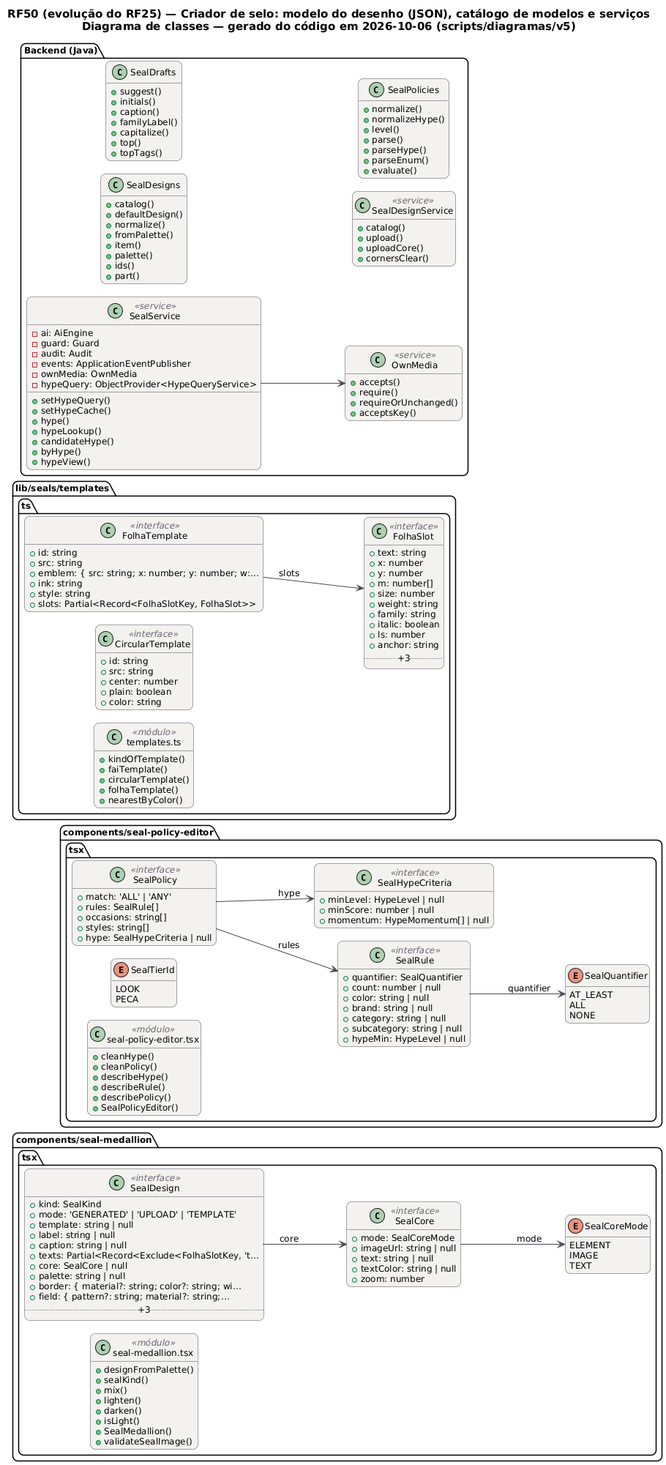
This is docs/diagramas/RF50/criador-de-selos/RF50_Classes.png from MatheusHaliski/tcc-2026-fashion-ai-backend, a PlantUML export, as it was before one commit. Its diagram source:
```plantuml
@startuml RF50_Classes
!pragma layout smetana
skinparam backgroundColor #FFFFFF
skinparam shadowing false
skinparam defaultFontName "DejaVu Sans"
skinparam defaultFontSize 12
skinparam titleFontSize 15
skinparam roundcorner 14
skinparam ArrowColor #52606D
skinparam note {
  BackgroundColor #FFFDEB
  BorderColor #D8CE78
  FontColor #554F24
}
skinparam class {
  BackgroundColor #F4F2EF
  BorderColor #4A4852
  ArrowColor #4A4852
  StereotypeFontColor #6B6470
}
hide empty members
left to right direction
title RF50 (evolução do RF25) — Criador de selo: modelo do desenho (JSON), catálogo de modelos e serviços\nDiagrama de classes — gerado do código em 2026-10-06 (scripts/diagramas/v5)

package "components/seal-medallion.tsx" {
  class SealDesign as "SealDesign" <<interface>> {
    +kind: SealKind
    +mode: 'GENERATED' | 'UPLOAD' | 'TEMPLATE'
    +template: string | null
    +label: string | null
    +caption: string | null
    +texts: Partial<Record<Exclude<FolhaSlotKey, 't…
    +core: SealCore | null
    +palette: string | null
    +border: { material?: string; color?: string; wi…
    +field: { pattern?: string; material?: string;…
    .. +3 ..
  }
  class SealCore as "SealCore" <<interface>> {
    +mode: SealCoreMode
    +imageUrl: string | null
    +text: string | null
    +textColor: string | null
    +zoom: number
  }
  enum SealCoreMode as "SealCoreMode" {
    ELEMENT
    IMAGE
    TEXT
  }
  class mod_seal_medallion_tsx as "seal-medallion.tsx" <<módulo>> {
    +designFromPalette()
    +sealKind()
    +mix()
    +lighten()
    +darken()
    +isLight()
    +SealMedallion()
    +validateSealImage()
  }
}
package "components/seal-policy-editor.tsx" {
  class SealPolicy as "SealPolicy" <<interface>> {
    +match: 'ALL' | 'ANY'
    +rules: SealRule[]
    +occasions: string[]
    +styles: string[]
    +hype: SealHypeCriteria | null
  }
  class SealRule as "SealRule" <<interface>> {
    +quantifier: SealQuantifier
    +count: number | null
    +color: string | null
    +brand: string | null
    +category: string | null
    +subcategory: string | null
    +hypeMin: HypeLevel | null
  }
  class SealHypeCriteria as "SealHypeCriteria" <<interface>> {
    +minLevel: HypeLevel | null
    +minScore: number | null
    +momentum: HypeMomentum[] | null
  }
  enum SealQuantifier as "SealQuantifier" {
    AT_LEAST
    ALL
    NONE
  }
  enum SealTierId as "SealTierId" {
    LOOK
    PECA
  }
  class mod_seal_policy_editor_tsx as "seal-policy-editor.tsx" <<módulo>> {
    +cleanHype()
    +cleanPolicy()
    +describeHype()
    +describeRule()
    +describePolicy()
    +SealPolicyEditor()
  }
}
package "lib/seals/templates.ts" {
  class FolhaSlot as "FolhaSlot" <<interface>> {
    +text: string
    +x: number
    +y: number
    +m: number[]
    +size: number
    +weight: string
    +family: string
    +italic: boolean
    +ls: number
    +anchor: string
    .. +3 ..
  }
  class FolhaTemplate as "FolhaTemplate" <<interface>> {
    +id: string
    +src: string
    +emblem: { src: string; x: number; y: number; w:…
    +ink: string
    +style: string
    +slots: Partial<Record<FolhaSlotKey, FolhaSlot>>
  }
  class CircularTemplate as "CircularTemplate" <<interface>> {
    +id: string
    +src: string
    +center: number
    +plain: boolean
    +color: string
  }
  class mod_templates_ts as "templates.ts" <<módulo>> {
    +kindOfTemplate()
    +faiTemplate()
    +circularTemplate()
    +folhaTemplate()
    +nearestByColor()
  }
}
package "Backend (Java)" {
  class SealDesigns  {
    +catalog()
    +defaultDesign()
    +normalize()
    +fromPalette()
    +item()
    +palette()
    +ids()
    +part()
  }
  class SealDrafts  {
    +suggest()
    +initials()
    +caption()
    +familyLabel()
    +capitalize()
    +top()
    +topTags()
  }
  class OwnMedia <<service>> {
    +accepts()
    +require()
    +requireOrUnchanged()
    +acceptsKey()
  }
  class SealDesignService <<service>> {
    +catalog()
    +upload()
    +uploadCore()
    +cornersClear()
  }
  class SealPolicies  {
    +normalize()
    +normalizeHype()
    +level()
    +parse()
    +parseHype()
    +parseEnum()
    +evaluate()
  }
  class SealService <<service>> {
    -ai: AiEngine
    -guard: Guard
    -audit: Audit
    -events: ApplicationEventPublisher
    -ownMedia: OwnMedia
    -hypeQuery: ObjectProvider<HypeQueryService>
    +setHypeQuery()
    +setHypeCache()
    +hype()
    +hypeLookup()
    +candidateHype()
    +byHype()
    +hypeView()
  }
}
SealService --> OwnMedia
FolhaTemplate --> FolhaSlot : slots
SealCore --> SealCoreMode : mode
SealDesign --> SealCore : core
SealPolicy --> SealHypeCriteria : hype
SealPolicy --> SealRule : rules
SealRule --> SealQuantifier : quantifier
@enduml
```
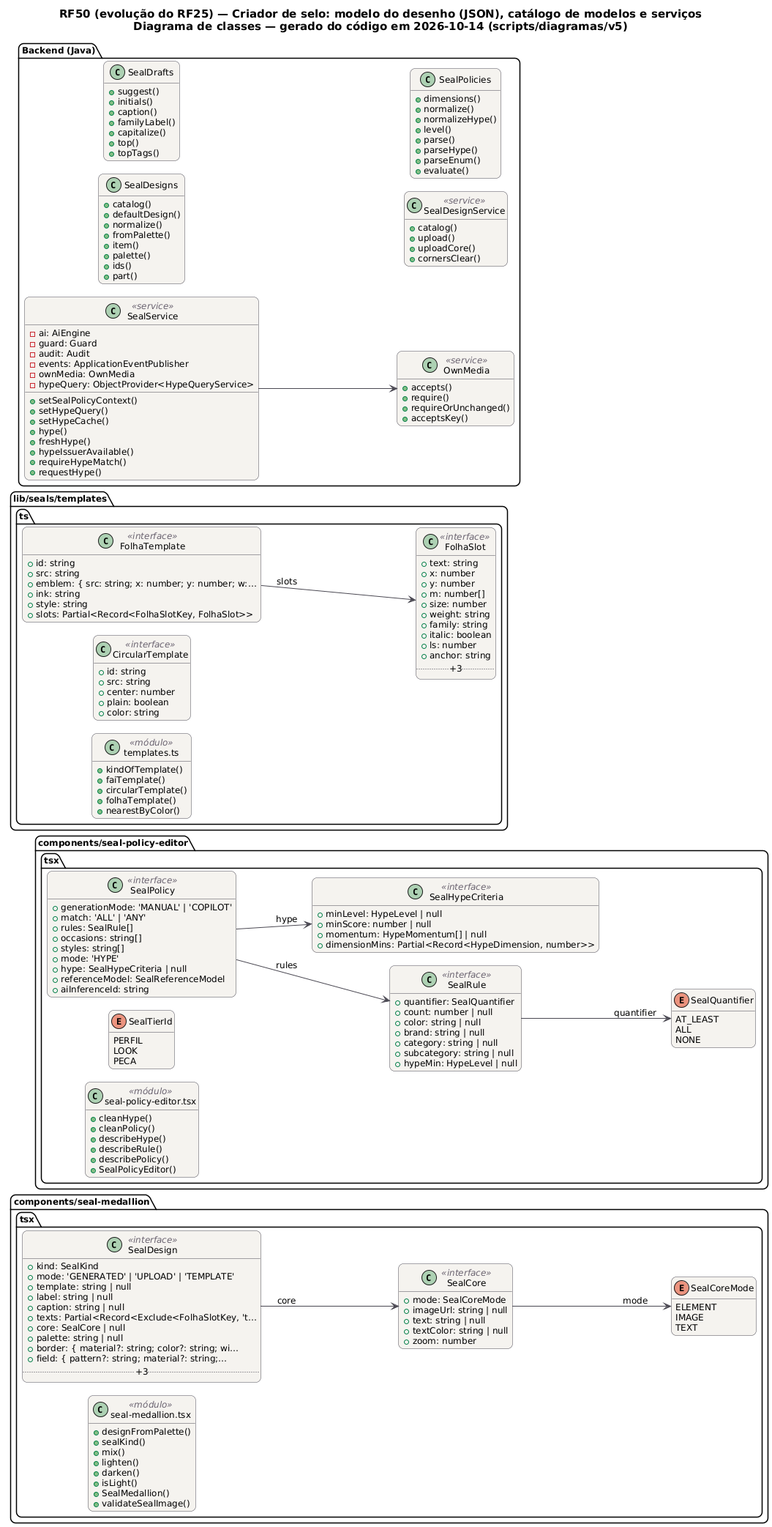
After the change.

Change to the diagram source:
```diff
@@ -20,7 +20,7 @@
 }
 hide empty members
 left to right direction
-title RF50 (evolução do RF25) — Criador de selo: modelo do desenho (JSON), catálogo de modelos e serviços\nDiagrama de classes — gerado do código em 2026-10-06 (scripts/diagramas/v5)
+title RF50 (evolução do RF25) — Criador de selo: modelo do desenho (JSON), catálogo de modelos e serviços\nDiagrama de classes — gerado do código em 2026-10-14 (scripts/diagramas/v5)
 
 package "components/seal-medallion.tsx" {
   class SealDesign as "SealDesign" <<interface>> {
@@ -61,11 +61,15 @@
 }
 package "components/seal-policy-editor.tsx" {
   class SealPolicy as "SealPolicy" <<interface>> {
+    +generationMode: 'MANUAL' | 'COPILOT'
     +match: 'ALL' | 'ANY'
     +rules: SealRule[]
     +occasions: string[]
     +styles: string[]
+    +mode: 'HYPE'
     +hype: SealHypeCriteria | null
+    +referenceModel: SealReferenceModel
+    +aiInferenceId: string
   }
   class SealRule as "SealRule" <<interface>> {
     +quantifier: SealQuantifier
@@ -80,6 +84,7 @@
     +minLevel: HypeLevel | null
     +minScore: number | null
     +momentum: HypeMomentum[] | null
+    +dimensionMins: Partial<Record<HypeDimension, number>>
   }
   enum SealQuantifier as "SealQuantifier" {
     AT_LEAST
@@ -87,6 +92,7 @@
     NONE
   }
   enum SealTierId as "SealTierId" {
+    PERFIL
     LOOK
     PECA
   }
@@ -169,6 +175,7 @@
     +cornersClear()
   }
   class SealPolicies  {
+    +dimensions()
     +normalize()
     +normalizeHype()
     +level()
@@ -184,13 +191,14 @@
     -events: ApplicationEventPublisher
     -ownMedia: OwnMedia
     -hypeQuery: ObjectProvider<HypeQueryService>
+    +setSealPolicyContext()
     +setHypeQuery()
     +setHypeCache()
     +hype()
-    +hypeLookup()
-    +candidateHype()
-    +byHype()
-    +hypeView()
+    +freshHype()
+    +hypeIssuerAvailable()
+    +requireHypeMatch()
+    +requestHype()
   }
 }
 SealService --> OwnMedia
```
